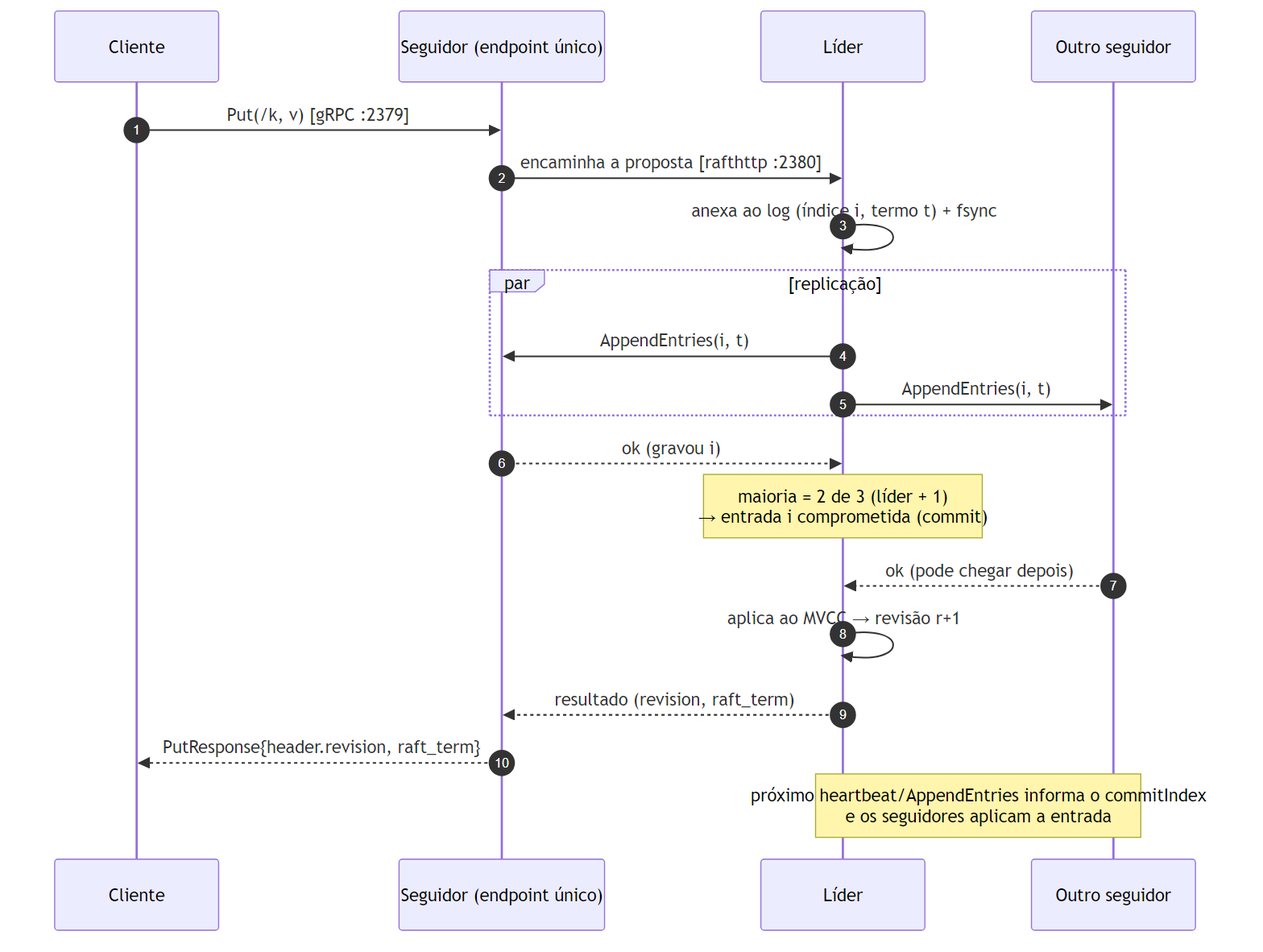
This is diagramas/sequencia-escrita.png from DavidSmithSouzak10/sd-t2-etcd-zookeeper, a Mermaid export, as it was before one commit. Its source is kept beside it as diagramas/sequencia-escrita.mmd. Its diagram source:
```mermaid
sequenceDiagram
  autonumber
  participant C as Cliente
  participant S as Seguidor (endpoint único)
  participant L as Líder
  participant F as Outro seguidor
  C->>S: Put(/k, v)  [gRPC :2379]
  S->>L: encaminha a proposta  [rafthttp :2380]
  L->>L: anexa ao log (índice i, termo t) + fsync
  par replicação
    L->>S: AppendEntries(i, t)
    L->>F: AppendEntries(i, t)
  end
  S-->>L: ok (gravou i)
  Note over L: maioria = 2 de 3 (líder + 1)<br/>→ entrada i comprometida (commit)
  F-->>L: ok (pode chegar depois)
  L->>L: aplica ao MVCC → revisão r+1
  L-->>S: resultado (revision, raft_term)
  S-->>C: PutResponse{header.revision, raft_term}
  Note over L,F: próximo heartbeat/AppendEntries informa o commitIndex<br/>e os seguidores aplicam a entrada
```
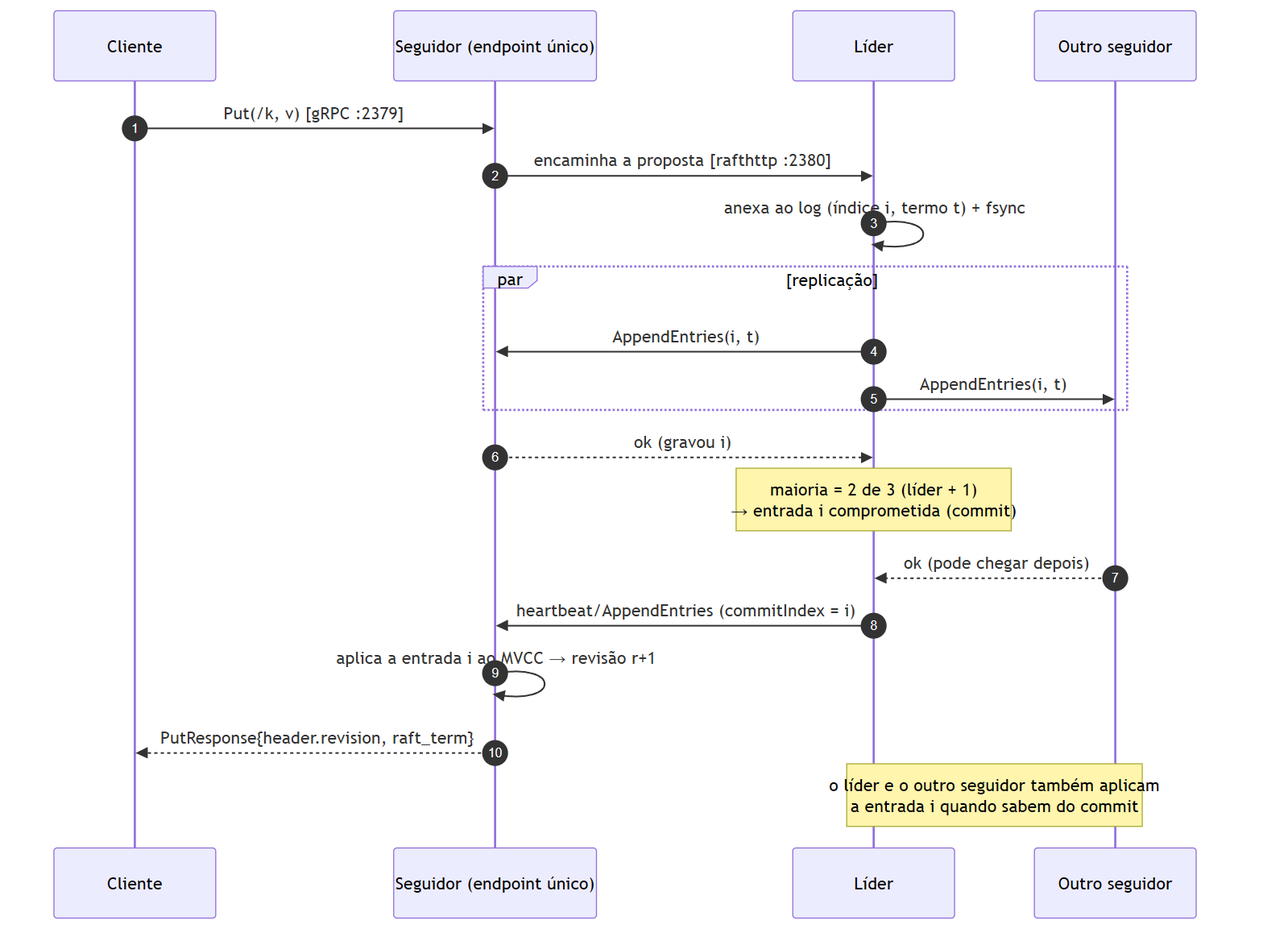
After the change.

Change to the diagram source:
```diff
@@ -14,7 +14,7 @@
   S-->>L: ok (gravou i)
   Note over L: maioria = 2 de 3 (líder + 1)<br/>→ entrada i comprometida (commit)
   F-->>L: ok (pode chegar depois)
-  L->>L: aplica ao MVCC → revisão r+1
-  L-->>S: resultado (revision, raft_term)
+  L->>S: heartbeat/AppendEntries (commitIndex = i)
+  S->>S: aplica a entrada i ao MVCC → revisão r+1
   S-->>C: PutResponse{header.revision, raft_term}
-  Note over L,F: próximo heartbeat/AppendEntries informa o commitIndex<br/>e os seguidores aplicam a entrada
+  Note over L,F: o líder e o outro seguidor também aplicam<br/>a entrada i quando sabem do commit
```
